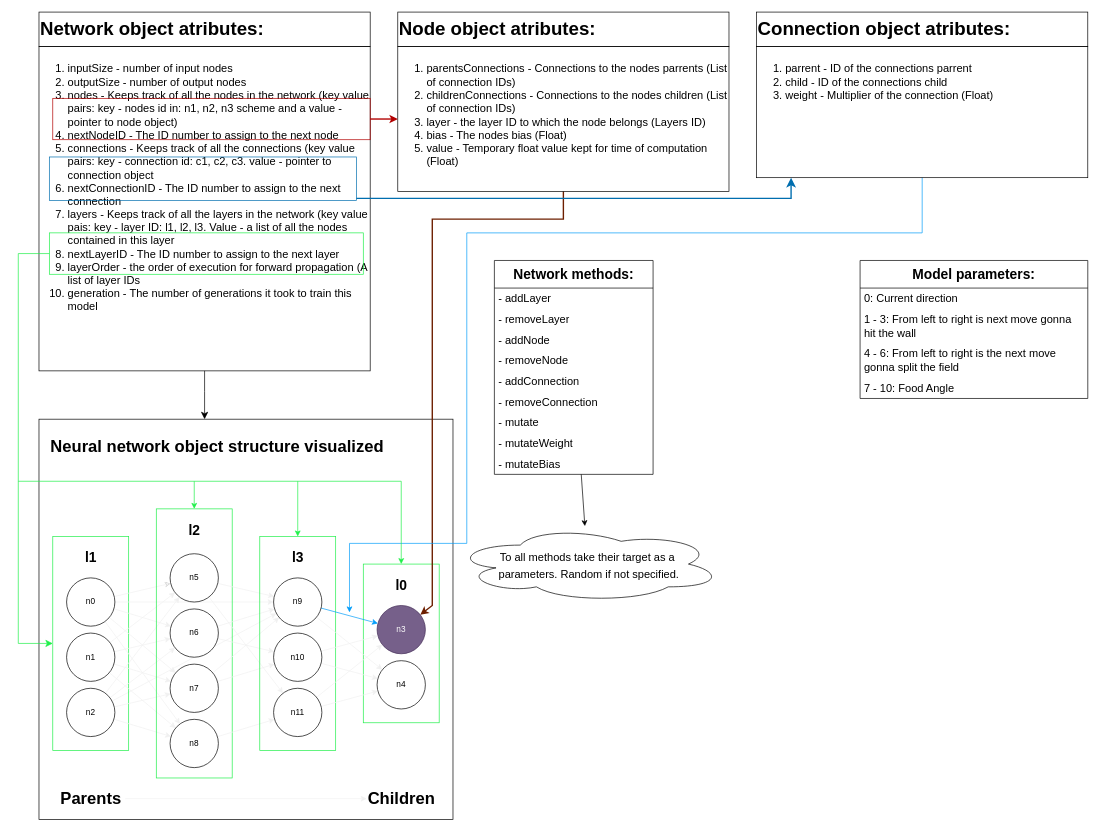
The draw.io diagram page "Seccond plan (attempt 4)" (2 of 2) of disign.drawio in ErmitaVulpe/ai-plays-snake, before the edit. Source tidied: cells renumbered, new cells numbered last; positions are measured from the earlier drawing's top-left corner, leaving out a move shared by most shapes. Both pictures are drawn from the tidied source at 69%, with x=0, y=0 at pixel (18, 12).
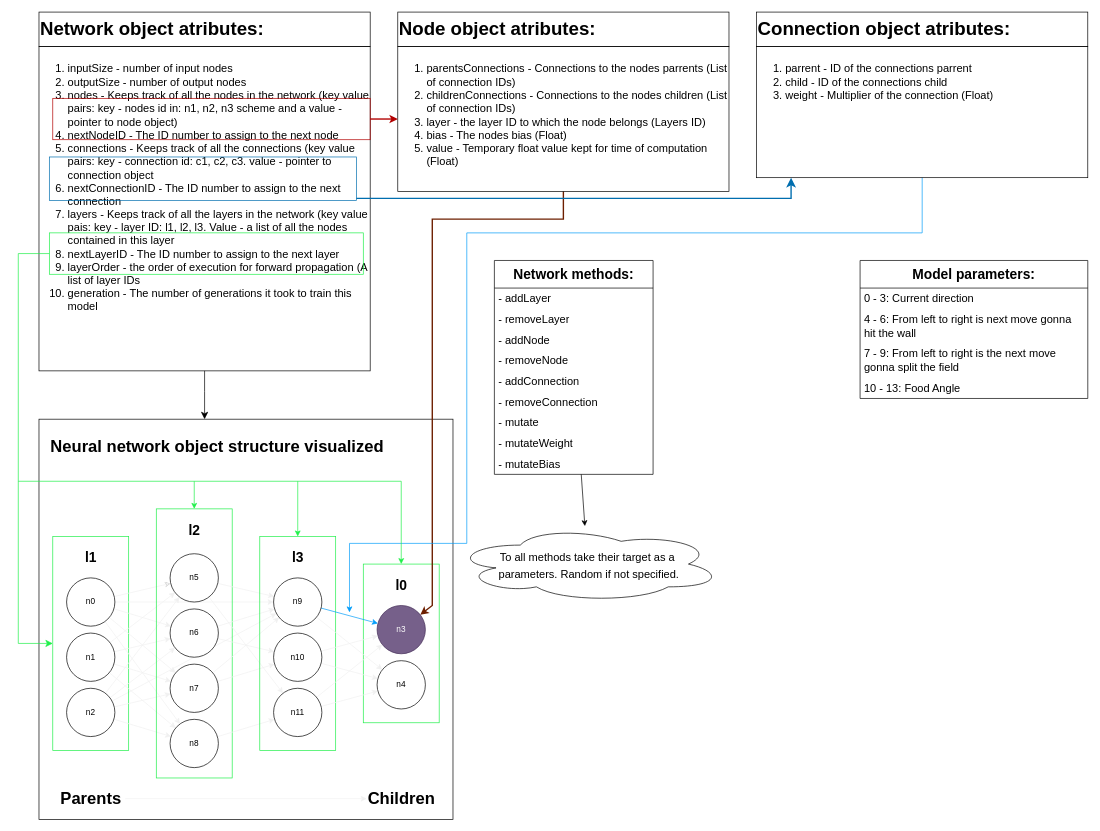
Above is the later version.

Unchanged cells that the change refers to:
```xml
<mxCell id="85" value="&lt;span style=&quot;font-size: 20px;&quot;&gt;&lt;b&gt;Model parameters:&lt;/b&gt;&lt;/span&gt;" style="swimlane;fontStyle=0;horizontal=1;startSize=40;whiteSpace=wrap;html=1;" parent="1" vertex="1">
  <mxGeometry x="1220" y="360" width="330" height="200" as="geometry" />
</mxCell>
```

What changed in the source:
```diff
@@
-    <mxCell id="86" value="0: Current direction" style="text;strokeColor=none;fillColor=none;align=left;verticalAlign=middle;spacingLeft=4;spacingRight=4;overflow=hidden;whiteSpace=wrap;html=1;fontSize=16;" parent="85" vertex="1">
+    <mxCell id="86" value="0 - 3: Current direction" style="text;strokeColor=none;fillColor=none;align=left;verticalAlign=middle;spacingLeft=4;spacingRight=4;overflow=hidden;whiteSpace=wrap;html=1;fontSize=16;" parent="85" vertex="1">
       <mxGeometry y="40" width="330" height="30" as="geometry" />
     </mxCell>
-    <mxCell id="87" value="1 - 3: From left to right is next move gonna hit the wall" style="text;strokeColor=none;fillColor=none;align=left;verticalAlign=middle;spacingLeft=4;spacingRight=4;overflow=hidden;whiteSpace=wrap;html=1;fontSize=16;" parent="85" vertex="1">
+    <mxCell id="87" value="4 - 6: From left to right is next move gonna hit the wall" style="text;strokeColor=none;fillColor=none;align=left;verticalAlign=middle;spacingLeft=4;spacingRight=4;overflow=hidden;whiteSpace=wrap;html=1;fontSize=16;" parent="85" vertex="1">
       <mxGeometry y="70" width="330" height="50" as="geometry" />
     </mxCell>
-    <mxCell id="88" value="4 - 6: From left to right is the next move gonna split the field" style="text;strokeColor=none;fillColor=none;align=left;verticalAlign=middle;spacingLeft=4;spacingRight=4;overflow=hidden;whiteSpace=wrap;html=1;fontSize=16;" parent="85" vertex="1">
+    <mxCell id="88" value="7 - 9: From left to right is the next move gonna split the field" style="text;strokeColor=none;fillColor=none;align=left;verticalAlign=middle;spacingLeft=4;spacingRight=4;overflow=hidden;whiteSpace=wrap;html=1;fontSize=16;" parent="85" vertex="1">
       <mxGeometry y="120" width="330" height="50" as="geometry" />
     </mxCell>
-    <mxCell id="89" value="7 - 10: Food Angle" style="text;strokeColor=none;fillColor=none;align=left;verticalAlign=middle;spacingLeft=4;spacingRight=4;overflow=hidden;whiteSpace=wrap;html=1;fontSize=16;" parent="85" vertex="1">
+    <mxCell id="89" value="10 - 13: Food Angle" style="text;strokeColor=none;fillColor=none;align=left;verticalAlign=middle;spacingLeft=4;spacingRight=4;overflow=hidden;whiteSpace=wrap;html=1;fontSize=16;" parent="85" vertex="1">
       <mxGeometry y="170" width="330" height="30" as="geometry" />
     </mxCell>
```
